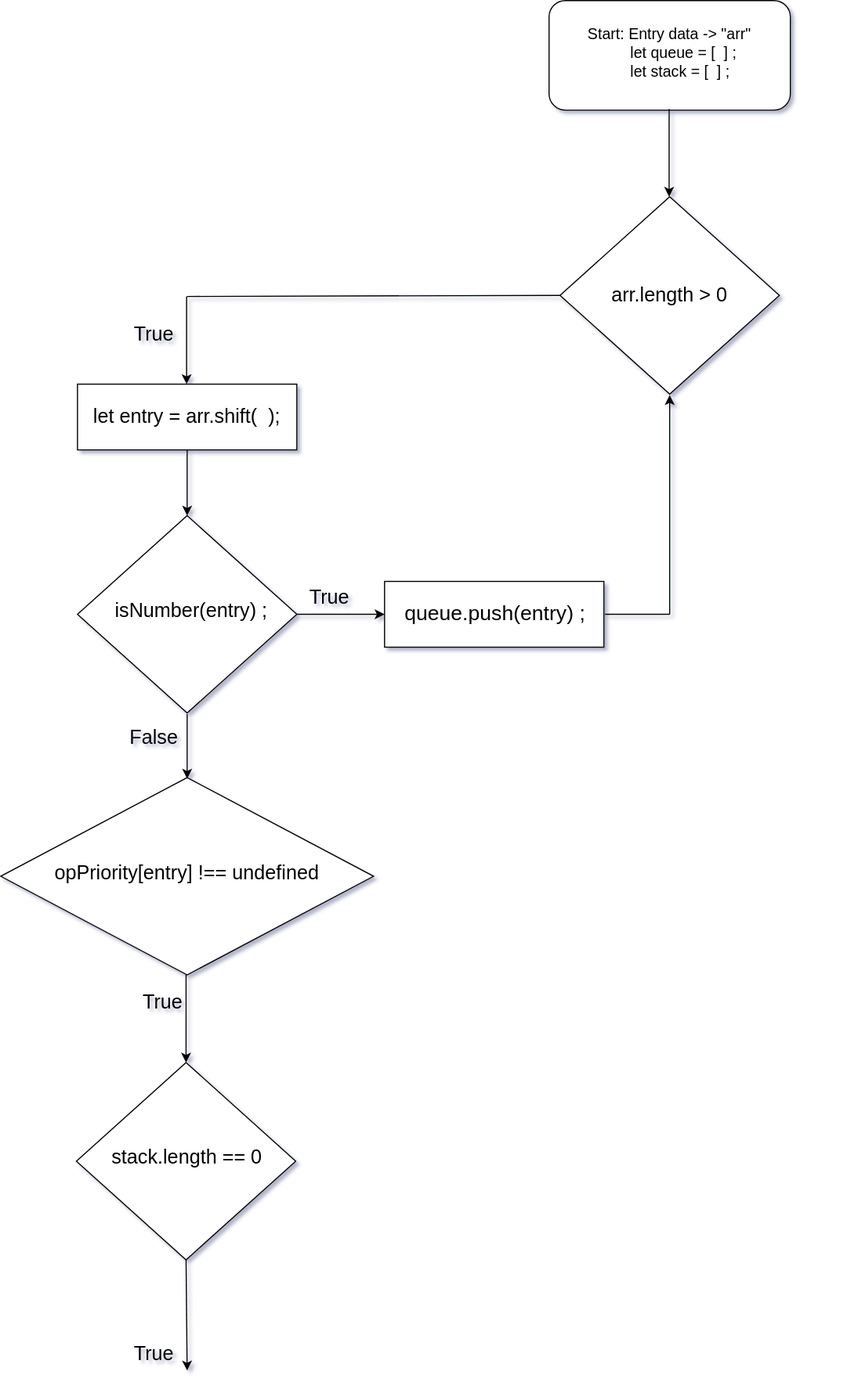
The draw.io diagram Untitled Diagram.drawio.svg in jcgm3205/jcgm3205, before a commit. Source tidied: cells renumbered, new cells last; positions are measured from the earlier drawing's top-left corner, leaving out a move shared by most shapes.
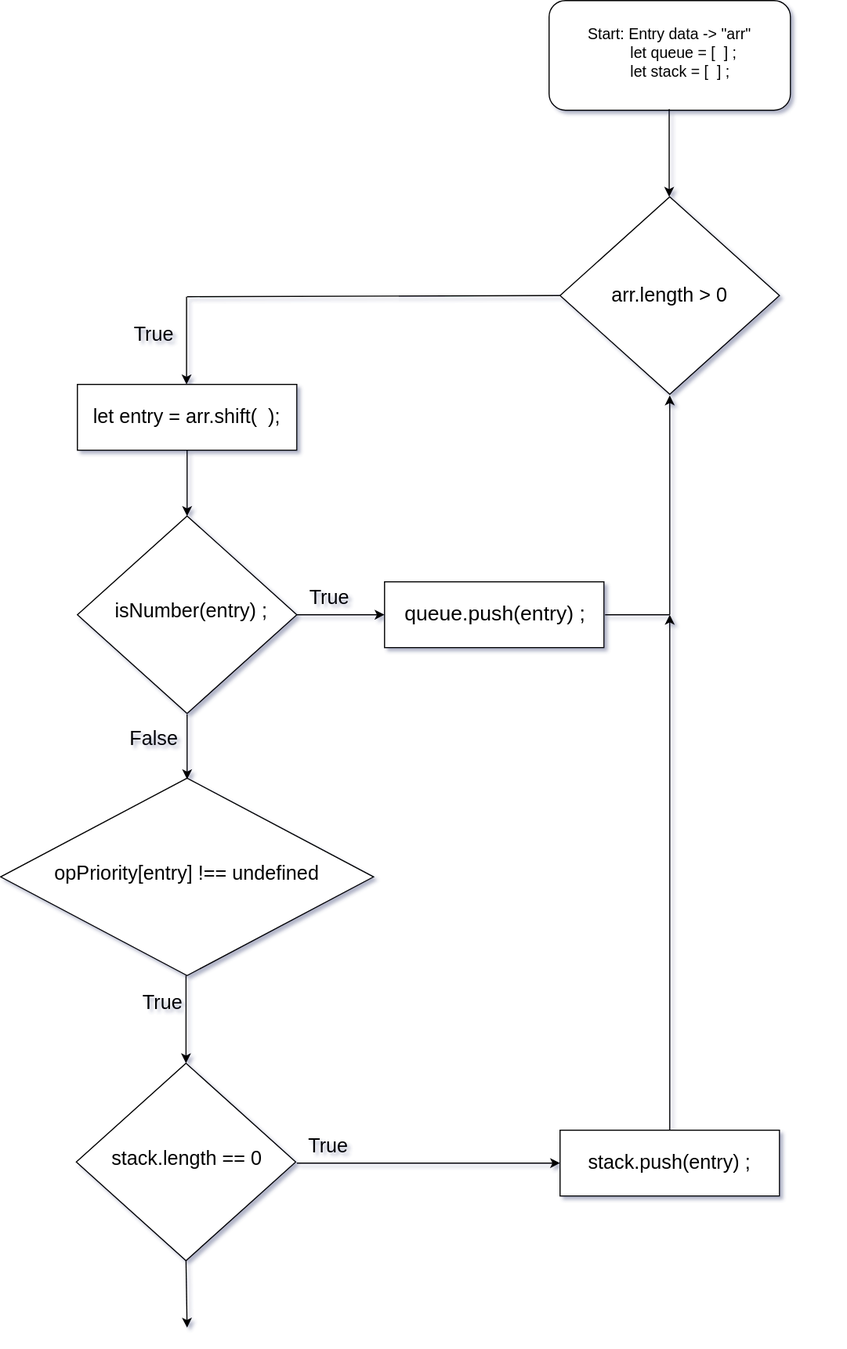
The same file after the commit.

The edit, as a diff of the source:
```diff
@@ -71,12 +71,11 @@
     <mxCell id="20" value="stack.length == 0" style="text;html=1;strokeColor=none;fillColor=none;align=center;verticalAlign=middle;whiteSpace=wrap;rounded=0;fontSize=18;" parent="1" vertex="1">
       <mxGeometry x="90" y="1006" width="160" height="100" as="geometry" />
     </mxCell>
-    <mxCell id="21" style="endArrow=classic;html=1;rounded=0;fontSize=18;exitX=0.5;exitY=1;exitDx=0;exitDy=0;entryX=1;entryY=1;entryDx=0;entryDy=0;entryPerimeter=0;" parent="1" edge="1" source="19" target="22">
-      <mxGeometry relative="1" as="geometry" />
+    <mxCell id="21" style="endArrow=classic;html=1;rounded=0;fontSize=18;exitX=0.5;exitY=1;exitDx=0;exitDy=0;entryX=1;entryY=1;entryDx=0;entryDy=0;entryPerimeter=0;" parent="1" edge="1" source="19">
+      <mxGeometry relative="1" as="geometry">
+        <mxPoint x="170" y="1210" as="targetPoint" />
+      </mxGeometry>
     </mxCell>
-    <mxCell id="22" value="True" style="text;html=1;strokeColor=none;fillColor=none;align=center;verticalAlign=middle;whiteSpace=wrap;rounded=0;fontSize=18;" parent="1" vertex="1">
-      <mxGeometry x="110" y="1220" width="60" height="30" as="geometry" />
-    </mxCell>
     <mxCell id="23" style="endArrow=none;html=1;rounded=0;exitX=0;exitY=0.5;exitDx=0;exitDy=0;" parent="1" edge="1" source="5">
       <mxGeometry relative="1" as="geometry">
         <mxPoint x="170" y="270" as="targetPoint" />
@@ -115,5 +114,24 @@
         <mxPoint x="610" y="560" as="targetPoint" />
       </mxGeometry>
     </mxCell>
+    <mxCell id="22" value="True" style="text;html=1;strokeColor=none;fillColor=none;align=center;verticalAlign=middle;whiteSpace=wrap;rounded=0;fontSize=18;" parent="1" vertex="1">
+      <mxGeometry x="269" y="1030" width="60" height="30" as="geometry" />
+    </mxCell>
+    <mxCell id="31" style="rounded=0;whiteSpace=wrap;html=1;fontSize=19;" parent="1" vertex="1">
+      <mxGeometry x="510" y="1030" width="200" height="60" as="geometry" />
+    </mxCell>
+    <mxCell id="32" style="endArrow=classic;html=1;rounded=0;fontSize=19;exitX=0.5;exitY=0;exitDx=0;exitDy=0;" parent="1" edge="1" source="31">
+      <mxGeometry relative="1" as="geometry">
+        <mxPoint x="610" y="560" as="targetPoint" />
+      </mxGeometry>
+    </mxCell>
+    <mxCell id="33" style="endArrow=classic;html=1;rounded=0;fontSize=19;entryX=0;entryY=0.5;entryDx=0;entryDy=0;" parent="1" edge="1" target="31">
+      <mxGeometry relative="1" as="geometry">
+        <mxPoint x="270" y="1060" as="sourcePoint" />
+      </mxGeometry>
+    </mxCell>
+    <mxCell id="34" value="&lt;font style=&quot;font-size: 18px&quot;&gt;stack.push(entry) ;&lt;/font&gt;" style="text;html=1;strokeColor=none;fillColor=none;align=center;verticalAlign=middle;whiteSpace=wrap;rounded=0;fontSize=19;" parent="1" vertex="1">
+      <mxGeometry x="510" y="1030" width="200" height="60" as="geometry" />
+    </mxCell>
   </root>
 </mxGraphModel>
```
